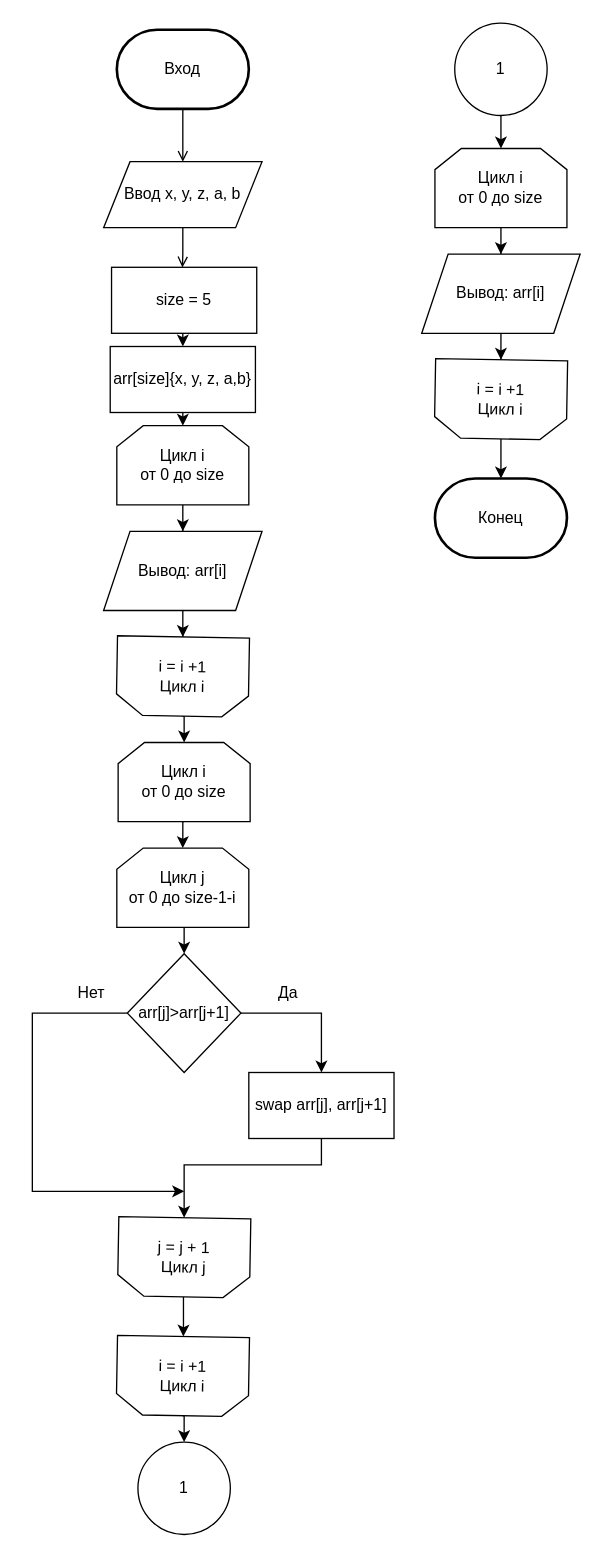
Earlier version of the draw.io diagram laba4.drawio (ArgumenTiKi/labs). Source tidied: cells renumbered, new cells numbered last; positions are measured from the earlier drawing's top-left corner, leaving out a move shared by most shapes. Both pictures are drawn from the tidied source at 132%, with x=0, y=0 at pixel (32, 22).
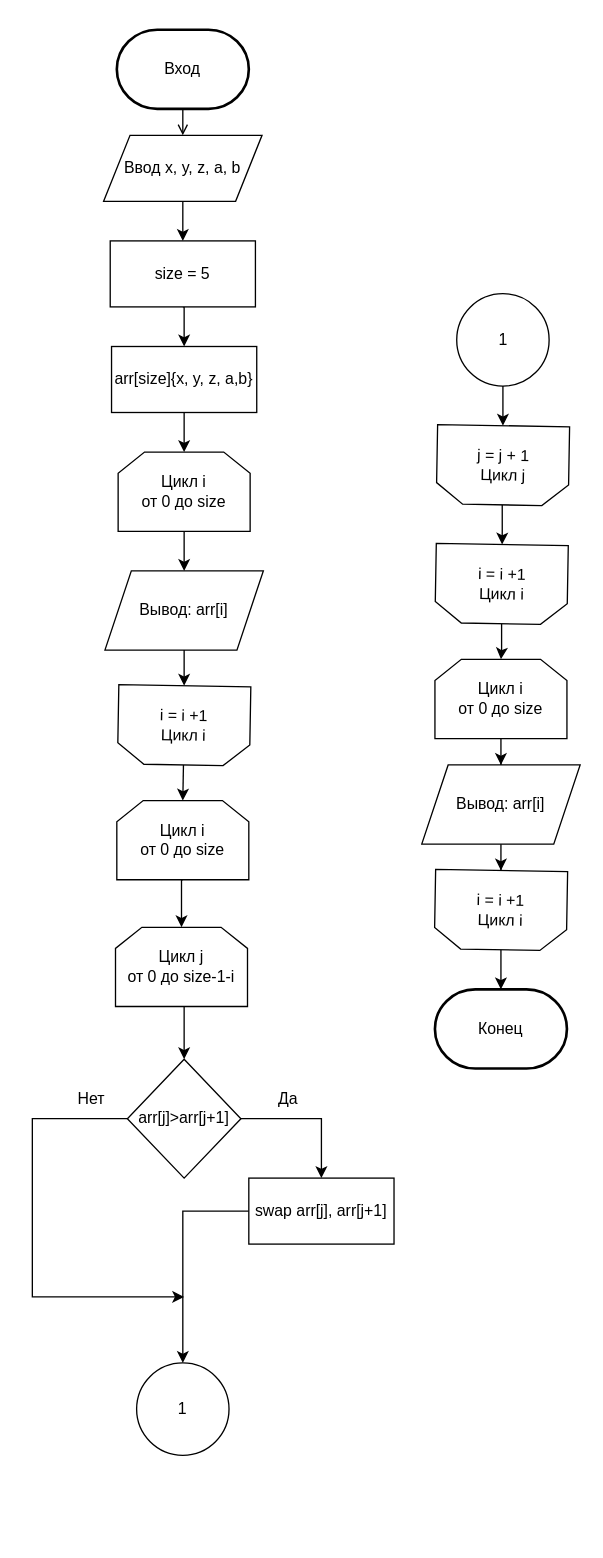
The same page after the edit.

What changed in the source:
```diff
@@
-    <mxCell id="4" style="edgeStyle=orthogonalEdgeStyle;rounded=0;jettySize=auto;html=1;endArrow=open;endFill=0;" parent="1" edge="1" source="5">
-      <mxGeometry relative="1" as="geometry">
-        <mxPoint x="113.7" y="185.1" as="targetPoint" />
-      </mxGeometry>
-    </mxCell>
+    <mxCell id="41" style="edgeStyle=orthogonalEdgeStyle;rounded=0;jettySize=auto;html=1;" parent="1" edge="1" source="5" target="8">
+      <mxGeometry relative="1" as="geometry" />
+    </mxCell>
     <mxCell id="5" value="Ввод x, y, z, a, b" style="shape=parallelogram;perimeter=parallelogramPerimeter;whiteSpace=wrap;html=1;fixedSize=1;" parent="1" vertex="1">
-      <mxGeometry x="54" y="105" width="120" height="50" as="geometry" />
+      <mxGeometry x="54" y="85" width="120" height="50" as="geometry" />
     </mxCell>
     <mxCell id="6" value="Конец" style="strokeWidth=2;html=1;shape=mxgraph.flowchart.terminator;whiteSpace=wrap;" parent="1" vertex="1">
-      <mxGeometry x="305" y="345" width="100" height="60" as="geometry" />
+      <mxGeometry x="305" y="732" width="100" height="60" as="geometry" />
     </mxCell>
@@
     <mxCell id="8" value="size = 5" style="rounded=0;whiteSpace=wrap;html=1;" parent="1" vertex="1">
-      <mxGeometry x="60" y="185" width="110" height="50" as="geometry" />
+      <mxGeometry x="59" y="165" width="110" height="50" as="geometry" />
     </mxCell>
@@
     <mxCell id="10" value="Цикл i&lt;br&gt;от 0 до size" style="shape=loopLimit;whiteSpace=wrap;html=1;" parent="1" vertex="1">
-      <mxGeometry x="65" y="545" width="100" height="60" as="geometry" />
+      <mxGeometry x="64" y="589" width="100" height="60" as="geometry" />
     </mxCell>
-    <mxCell id="11" style="edgeStyle=orthogonalEdgeStyle;rounded=0;jettySize=auto;html=1;exitX=0.5;exitY=1;exitDx=0;exitDy=0;" parent="1" edge="1" source="12" target="22">
+    <mxCell id="11" style="edgeStyle=orthogonalEdgeStyle;rounded=0;jettySize=auto;html=1;" parent="1" edge="1" source="12" target="22">
       <mxGeometry relative="1" as="geometry" />
     </mxCell>
     <mxCell id="12" value="Цикл i&lt;br&gt;от 0 до size" style="shape=loopLimit;whiteSpace=wrap;html=1;" parent="1" vertex="1">
-      <mxGeometry x="64" y="305" width="100" height="60" as="geometry" />
+      <mxGeometry x="65" y="325" width="100" height="60" as="geometry" />
     </mxCell>
-    <mxCell id="13" style="edgeStyle=orthogonalEdgeStyle;rounded=0;jettySize=auto;html=1;" parent="1" edge="1" source="14" target="18">
-      <mxGeometry relative="1" as="geometry">
-        <Array as="points">
-          <mxPoint x="219" y="865" />
-          <mxPoint x="115" y="865" />
-        </Array>
-      </mxGeometry>
-    </mxCell>
+    <mxCell id="42" style="edgeStyle=orthogonalEdgeStyle;rounded=0;jettySize=auto;html=1;entryX=0.5;entryY=0;entryDx=0;entryDy=0;" parent="1" edge="1" source="14" target="32">
+      <mxGeometry relative="1" as="geometry" />
+    </mxCell>
     <mxCell id="14" value="swap arr[j], arr[j+1]" style="rounded=0;whiteSpace=wrap;html=1;" parent="1" vertex="1">
-      <mxGeometry x="164" y="795" width="110" height="50" as="geometry" />
+      <mxGeometry x="164" y="875" width="110" height="50" as="geometry" />
     </mxCell>
-    <mxCell id="15" style="edgeStyle=orthogonalEdgeStyle;rounded=0;jettySize=auto;html=1;exitX=0.5;exitY=1;exitDx=0;exitDy=0;entryX=0.5;entryY=0;entryDx=0;entryDy=0;" parent="1" edge="1" source="16" target="32">
-      <mxGeometry relative="1" as="geometry" />
-    </mxCell>
-    <mxCell id="16" value="i = i +1&lt;br&gt;Цикл i" style="shape=loopLimit;whiteSpace=wrap;html=1;rotation=1;flipV=1;" parent="1" vertex="1">
-      <mxGeometry x="64" y="995" width="100" height="60" as="geometry" />
-    </mxCell>
-    <mxCell id="17" style="edgeStyle=orthogonalEdgeStyle;rounded=0;jettySize=auto;html=1;exitX=0.5;exitY=1;exitDx=0;exitDy=0;" parent="1" edge="1" source="18" target="16">
-      <mxGeometry relative="1" as="geometry">
-        <Array as="points">
-          <mxPoint x="114" y="985" />
-          <mxPoint x="114" y="985" />
-        </Array>
-      </mxGeometry>
-    </mxCell>
-    <mxCell id="18" value="j = j + 1&lt;br&gt;Цикл j" style="shape=loopLimit;whiteSpace=wrap;html=1;rotation=1;flipV=1;" parent="1" vertex="1">
-      <mxGeometry x="65" y="905" width="100" height="60" as="geometry" />
-    </mxCell>
@@
     <mxCell id="20" value="arr[size]{x, y, z, a,b}" style="rounded=0;whiteSpace=wrap;html=1;" parent="1" vertex="1">
-      <mxGeometry x="59" y="245" width="110" height="50" as="geometry" />
+      <mxGeometry x="60" y="245" width="110" height="50" as="geometry" />
     </mxCell>
@@
     <mxCell id="22" value="Вывод: arr[i]" style="shape=parallelogram;perimeter=parallelogramPerimeter;whiteSpace=wrap;html=1;fixedSize=1;" parent="1" vertex="1">
-      <mxGeometry x="54" y="385" width="120" height="60" as="geometry" />
+      <mxGeometry x="55" y="415" width="120" height="60" as="geometry" />
     </mxCell>
@@
     <mxCell id="24" value="i = i +1&lt;br&gt;Цикл i" style="shape=loopLimit;whiteSpace=wrap;html=1;rotation=1;flipV=1;" parent="1" vertex="1">
-      <mxGeometry x="64" y="465" width="100" height="60" as="geometry" />
+      <mxGeometry x="65" y="502" width="100" height="60" as="geometry" />
     </mxCell>
-    <mxCell id="25" style="edgeStyle=orthogonalEdgeStyle;rounded=0;jettySize=auto;html=1;exitX=0.5;exitY=1;exitDx=0;exitDy=0;entryX=0;entryY=0.5;entryDx=0;entryDy=0;" parent="1" edge="1" source="26" target="29">
-      <mxGeometry relative="1" as="geometry" />
+    <mxCell id="25" style="edgeStyle=orthogonalEdgeStyle;rounded=0;jettySize=auto;html=1;exitX=0.5;exitY=1;exitDx=0;exitDy=0;entryX=0;entryY=0.5;entryDx=0;entryDy=0;" parent="1" edge="1" target="29">
+      <mxGeometry relative="1" as="geometry">
+        <mxPoint x="114" y="812" as="sourcePoint" />
+      </mxGeometry>
     </mxCell>
+    <mxCell id="43" style="edgeStyle=orthogonalEdgeStyle;rounded=0;jettySize=auto;html=1;" parent="1" edge="1" source="26" target="29">
+      <mxGeometry relative="1" as="geometry">
+        <Array as="points">
+          <mxPoint x="115" y="755" />
+          <mxPoint x="115" y="755" />
+        </Array>
+      </mxGeometry>
+    </mxCell>
     <mxCell id="26" value="Цикл j&lt;br&gt;от 0 до size-1-i" style="shape=loopLimit;whiteSpace=wrap;html=1;" parent="1" vertex="1">
-      <mxGeometry x="64" y="625" width="100" height="60" as="geometry" />
+      <mxGeometry x="63" y="685" width="100" height="60" as="geometry" />
     </mxCell>
@@
     <mxCell id="28" style="edgeStyle=orthogonalEdgeStyle;rounded=0;jettySize=auto;html=1;exitX=0.5;exitY=1;exitDx=0;exitDy=0;" parent="1" edge="1" source="29">
       <mxGeometry relative="1" as="geometry">
-        <mxPoint x="115" y="885" as="targetPoint" />
+        <mxPoint x="115" y="965" as="targetPoint" />
         <Array as="points">
-          <mxPoint y="750" />
-          <mxPoint y="885" />
+          <mxPoint y="830" />
+          <mxPoint y="965" />
         </Array>
       </mxGeometry>
     </mxCell>
     <mxCell id="29" value="arr[j]&amp;gt;arr[j+1]" style="rhombus;whiteSpace=wrap;html=1;direction=south;" parent="1" vertex="1">
-      <mxGeometry x="72" y="705" width="86" height="90" as="geometry" />
+      <mxGeometry x="72" y="785" width="86" height="90" as="geometry" />
     </mxCell>
     <mxCell id="30" value="Нет" style="text;html=1;strokeColor=none;fillColor=none;align=center;verticalAlign=middle;whiteSpace=wrap;rounded=0;" parent="1" vertex="1">
-      <mxGeometry x="25" y="725" width="40" height="20" as="geometry" />
+      <mxGeometry x="25" y="805" width="40" height="20" as="geometry" />
     </mxCell>
     <mxCell id="31" value="Да" style="text;html=1;strokeColor=none;fillColor=none;align=center;verticalAlign=middle;whiteSpace=wrap;rounded=0;" parent="1" vertex="1">
-      <mxGeometry x="174" y="725" width="40" height="20" as="geometry" />
+      <mxGeometry x="174" y="805" width="40" height="20" as="geometry" />
     </mxCell>
     <mxCell id="32" value="1" style="ellipse;whiteSpace=wrap;html=1;" parent="1" vertex="1">
-      <mxGeometry x="80" y="1075" width="70" height="70" as="geometry" />
+      <mxGeometry x="79" y="1015" width="70" height="70" as="geometry" />
     </mxCell>
-    <mxCell id="33" style="edgeStyle=orthogonalEdgeStyle;rounded=0;jettySize=auto;html=1;" parent="1" edge="1" source="34" target="36">
-      <mxGeometry relative="1" as="geometry" />
-    </mxCell>
+    <mxCell id="44" style="edgeStyle=orthogonalEdgeStyle;rounded=0;jettySize=auto;html=1;" parent="1" edge="1" source="34" target="18">
+      <mxGeometry relative="1" as="geometry" />
+    </mxCell>
     <mxCell id="34" value="1" style="ellipse;whiteSpace=wrap;html=1;" parent="1" vertex="1">
-      <mxGeometry x="320" width="70" height="70" as="geometry" />
+      <mxGeometry x="321.5" y="205" width="70" height="70" as="geometry" />
     </mxCell>
@@
     <mxCell id="36" value="Цикл i&lt;br&gt;от 0 до size" style="shape=loopLimit;whiteSpace=wrap;html=1;" parent="1" vertex="1">
-      <mxGeometry x="305" y="95" width="100" height="60" as="geometry" />
+      <mxGeometry x="305" y="482" width="100" height="60" as="geometry" />
     </mxCell>
@@
     <mxCell id="38" value="Вывод: arr[i]" style="shape=parallelogram;perimeter=parallelogramPerimeter;whiteSpace=wrap;html=1;fixedSize=1;" parent="1" vertex="1">
-      <mxGeometry x="295" y="175" width="120" height="60" as="geometry" />
+      <mxGeometry x="295" y="562" width="120" height="60" as="geometry" />
     </mxCell>
-    <mxCell id="39" style="edgeStyle=orthogonalEdgeStyle;rounded=0;jettySize=auto;html=1;" parent="1" edge="1" source="40" target="6">
+    <mxCell id="39" style="edgeStyle=orthogonalEdgeStyle;rounded=0;jettySize=auto;html=1;entryX=0.5;entryY=0;entryDx=0;entryDy=0;entryPerimeter=0;" parent="1" edge="1" source="40" target="6">
       <mxGeometry relative="1" as="geometry" />
     </mxCell>
     <mxCell id="40" value="i = i +1&lt;br&gt;Цикл i" style="shape=loopLimit;whiteSpace=wrap;html=1;rotation=1;flipV=1;" parent="1" vertex="1">
-      <mxGeometry x="305" y="255" width="100" height="60" as="geometry" />
+      <mxGeometry x="305" y="642" width="100" height="60" as="geometry" />
     </mxCell>
+    <mxCell id="45" style="edgeStyle=orthogonalEdgeStyle;rounded=0;jettySize=auto;html=1;" parent="1" edge="1" source="16" target="36">
+      <mxGeometry relative="1" as="geometry" />
+    </mxCell>
+    <mxCell id="16" value="i = i +1&lt;br&gt;Цикл i" style="shape=loopLimit;whiteSpace=wrap;html=1;rotation=1;flipV=1;" parent="1" vertex="1">
+      <mxGeometry x="305.5" y="395" width="100" height="60" as="geometry" />
+    </mxCell>
+    <mxCell id="17" style="edgeStyle=orthogonalEdgeStyle;rounded=0;jettySize=auto;html=1;exitX=0.5;exitY=1;exitDx=0;exitDy=0;" parent="1" edge="1" source="18" target="16">
+      <mxGeometry relative="1" as="geometry">
+        <Array as="points">
+          <mxPoint x="355.5" y="385" />
+          <mxPoint x="355.5" y="385" />
+        </Array>
+      </mxGeometry>
+    </mxCell>
+    <mxCell id="18" value="j = j + 1&lt;br&gt;Цикл j" style="shape=loopLimit;whiteSpace=wrap;html=1;rotation=1;flipV=1;" parent="1" vertex="1">
+      <mxGeometry x="306.5" y="305" width="100" height="60" as="geometry" />
+    </mxCell>
```
